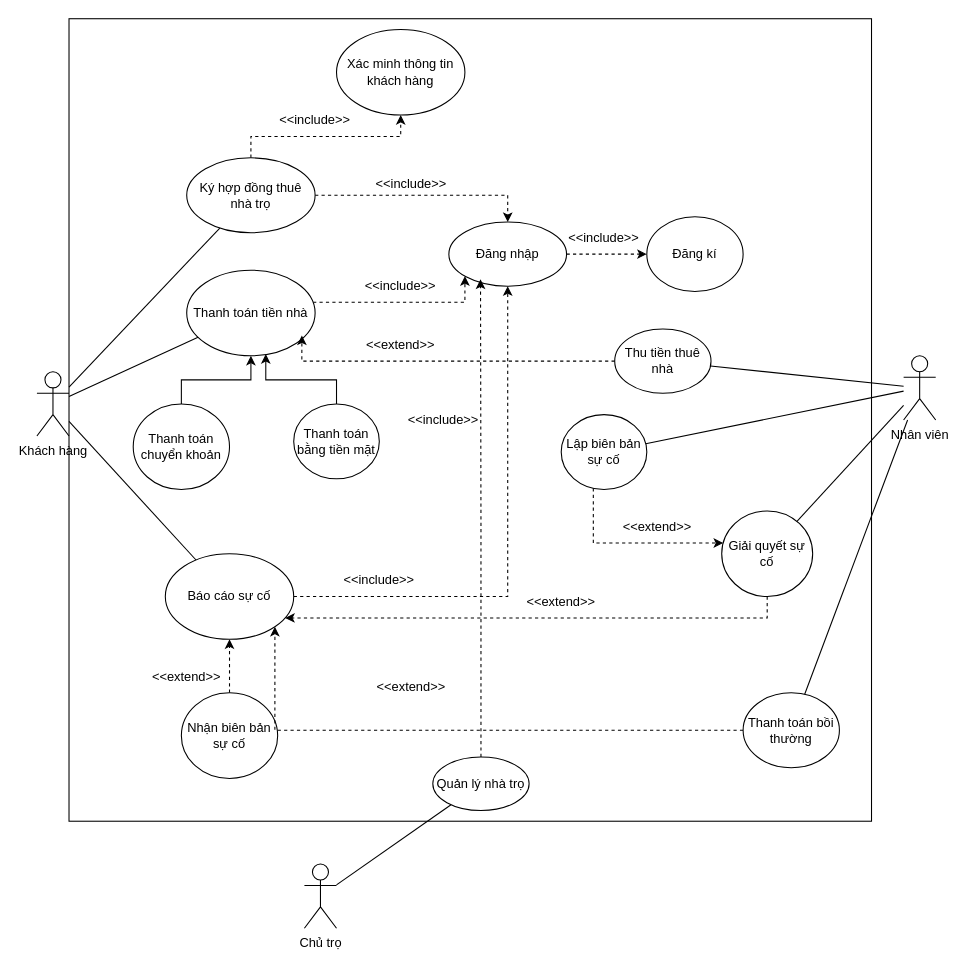
The draw.io diagram Phân tích thiết kế hệ thống/Tuan7/UseCase.drawio in Nguyeniris123/DH22IT01OU, before the edit. Source tidied: cells renumbered, new cells numbered last; positions are measured from the earlier drawing's top-left corner, leaving out a move shared by most shapes. Both pictures are drawn from the tidied source at 107%, with x=0, y=0 at pixel (36, 18).
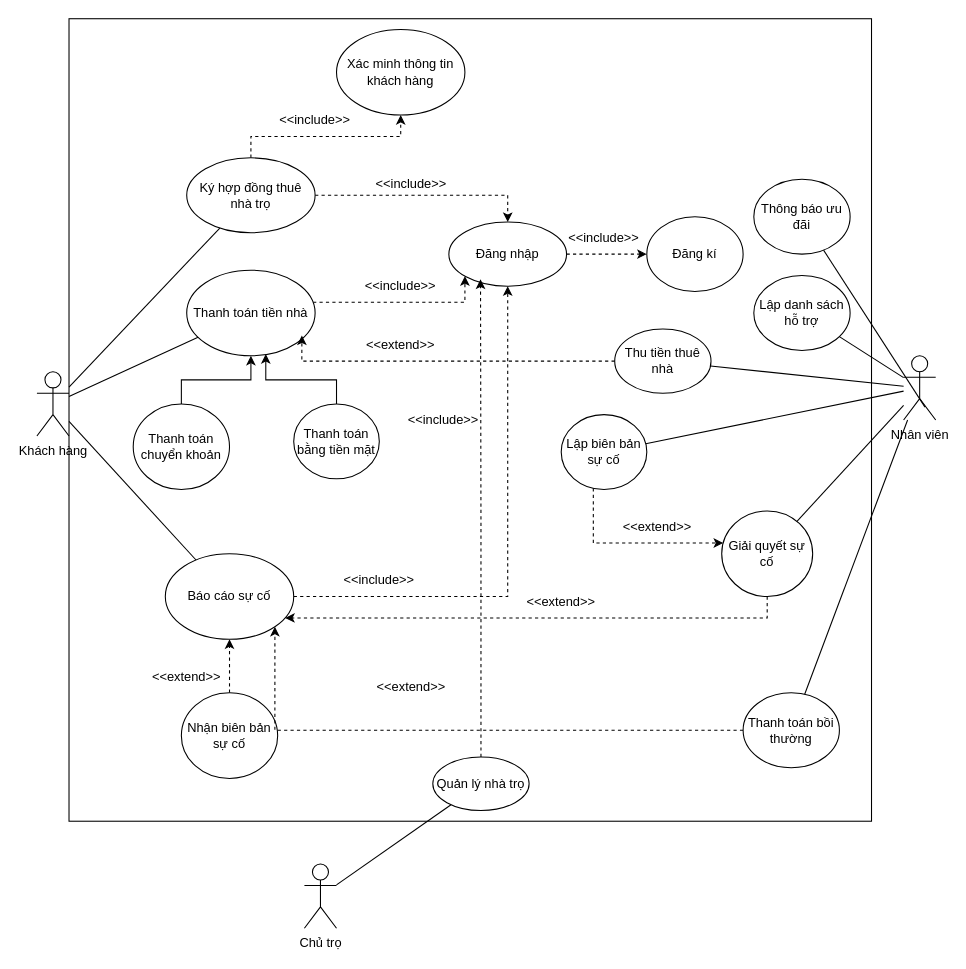
After the change.

The change refers to these unchanged cells:
```xml
<mxCell id="5" value="Nhân viên" style="shape=umlActor;verticalLabelPosition=bottom;verticalAlign=top;html=1;outlineConnect=0;" parent="1" vertex="1">
  <mxGeometry x="810" y="315" width="30" height="60" as="geometry" />
</mxCell>
```

The edit, as a diff of the source:
```diff
@@
+    <mxCell id="52" value="Thông báo ưu đãi" style="ellipse;whiteSpace=wrap;html=1;" parent="1" vertex="1">
+      <mxGeometry x="670" y="150" width="90" height="70" as="geometry" />
+    </mxCell>
+    <mxCell id="53" value="Lập danh sách hỗ trợ" style="ellipse;whiteSpace=wrap;html=1;" parent="1" vertex="1">
+      <mxGeometry x="670" y="240" width="90" height="70" as="geometry" />
+    </mxCell>
+    <mxCell id="54" style="endArrow=none;html=1;rounded=0;" parent="1" edge="1" source="53" target="5">
+      <mxGeometry relative="1" as="geometry" />
+    </mxCell>
+    <mxCell id="55" style="endArrow=none;html=1;rounded=0;" parent="1" edge="1" source="52">
+      <mxGeometry relative="1" as="geometry">
+        <mxPoint x="830" y="363" as="targetPoint" />
+      </mxGeometry>
+    </mxCell>
```
